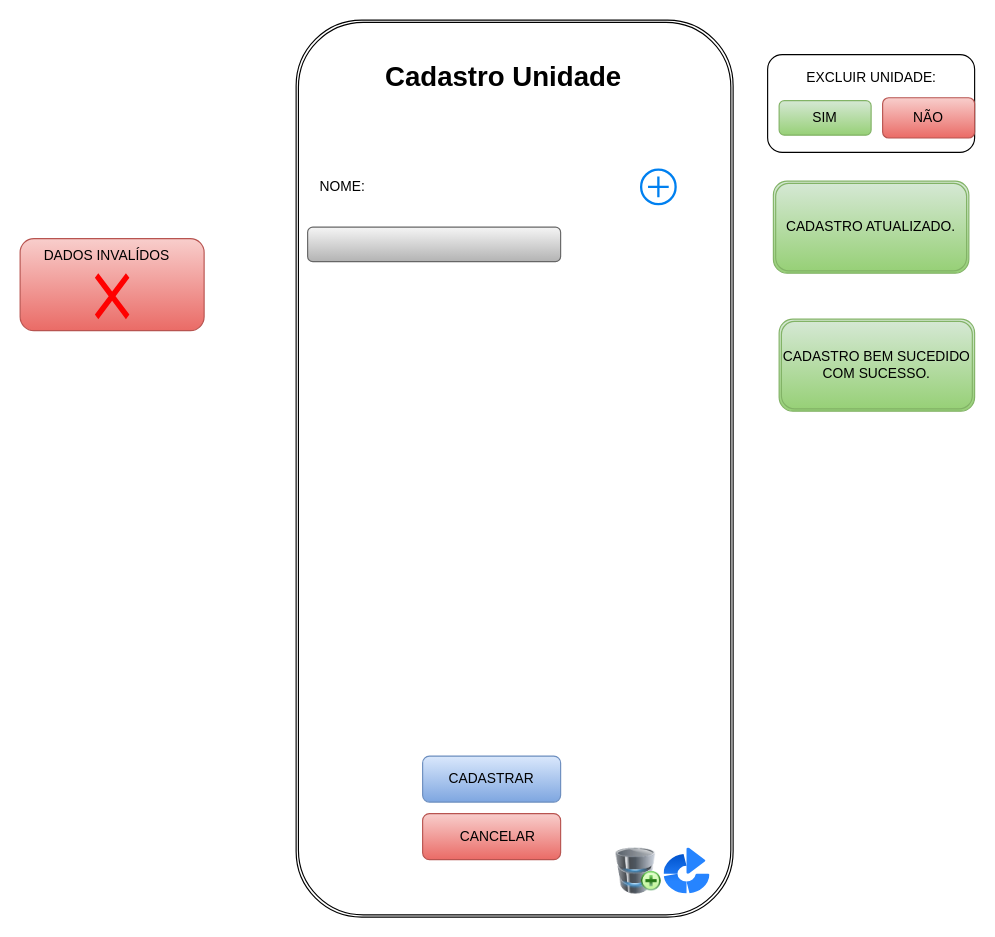
The draw.io diagram page "Página-6" (6 of 8) of doc/telas.drawio in pati573022/avatarapp, before the edit. Source tidied: cells renumbered, new cells numbered last; positions are measured from the earlier drawing's top-left corner, leaving out a move shared by most shapes. Both pictures are drawn from the tidied source at 115%, with x=0, y=0 at pixel (20, 20).
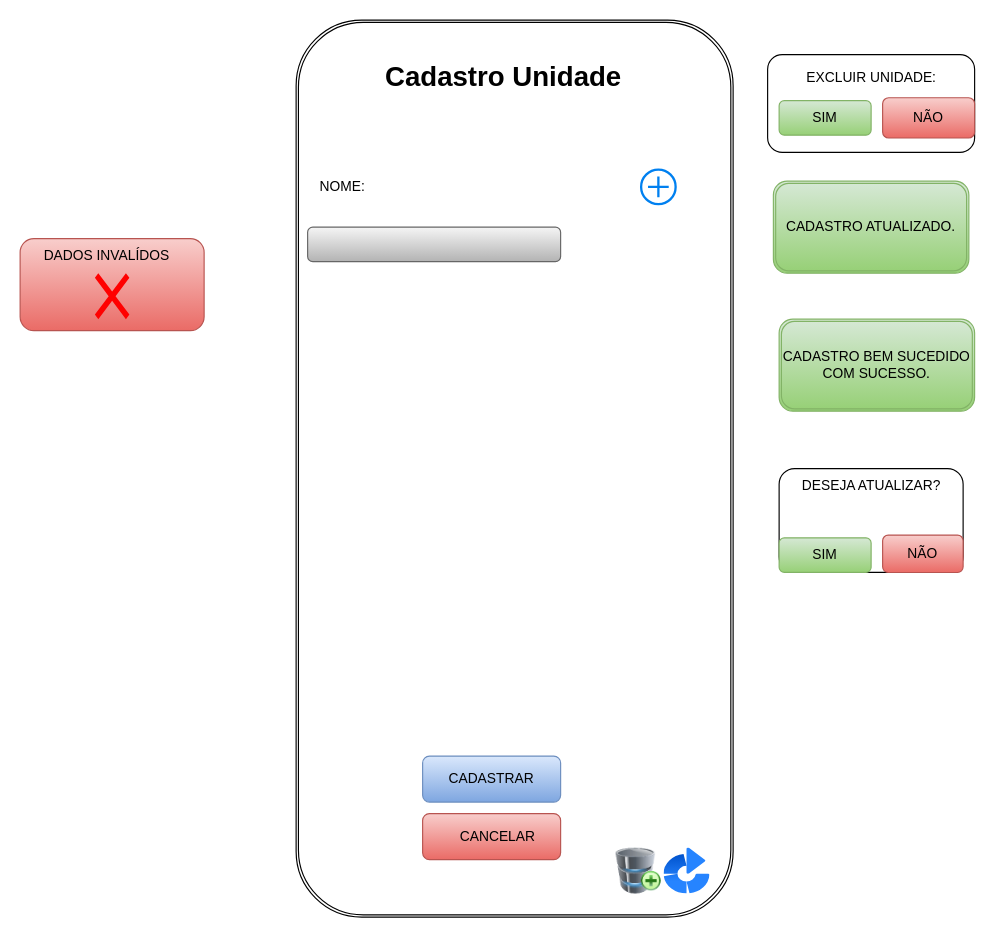
The same page after the edit.

What changed in the source:
```diff
@@
+    <mxCell id="21" style="rounded=1;whiteSpace=wrap;html=1;" parent="1" vertex="1">
+      <mxGeometry x="660" y="390" width="160" height="90.2" as="geometry" />
+    </mxCell>
+    <mxCell id="22" value="DESEJA ATUALIZAR?" style="text;html=1;align=center;verticalAlign=middle;strokeColor=none;fillColor=none;" parent="1" vertex="1">
+      <mxGeometry x="670" y="390" width="140" height="30" as="geometry" />
+    </mxCell>
+    <mxCell id="23" value="SIM" style="rounded=1;whiteSpace=wrap;html=1;fillColor=#d5e8d4;gradientColor=#97d077;strokeColor=#82b366;" parent="1" vertex="1">
+      <mxGeometry x="660" y="450.2" width="80" height="30" as="geometry" />
+    </mxCell>
+    <mxCell id="24" value="NÃO" style="rounded=1;whiteSpace=wrap;html=1;fillColor=#f8cecc;gradientColor=#ea6b66;strokeColor=#b85450;" parent="1" vertex="1">
+      <mxGeometry x="750" y="447.8" width="70" height="32.5" as="geometry" />
+    </mxCell>
```
